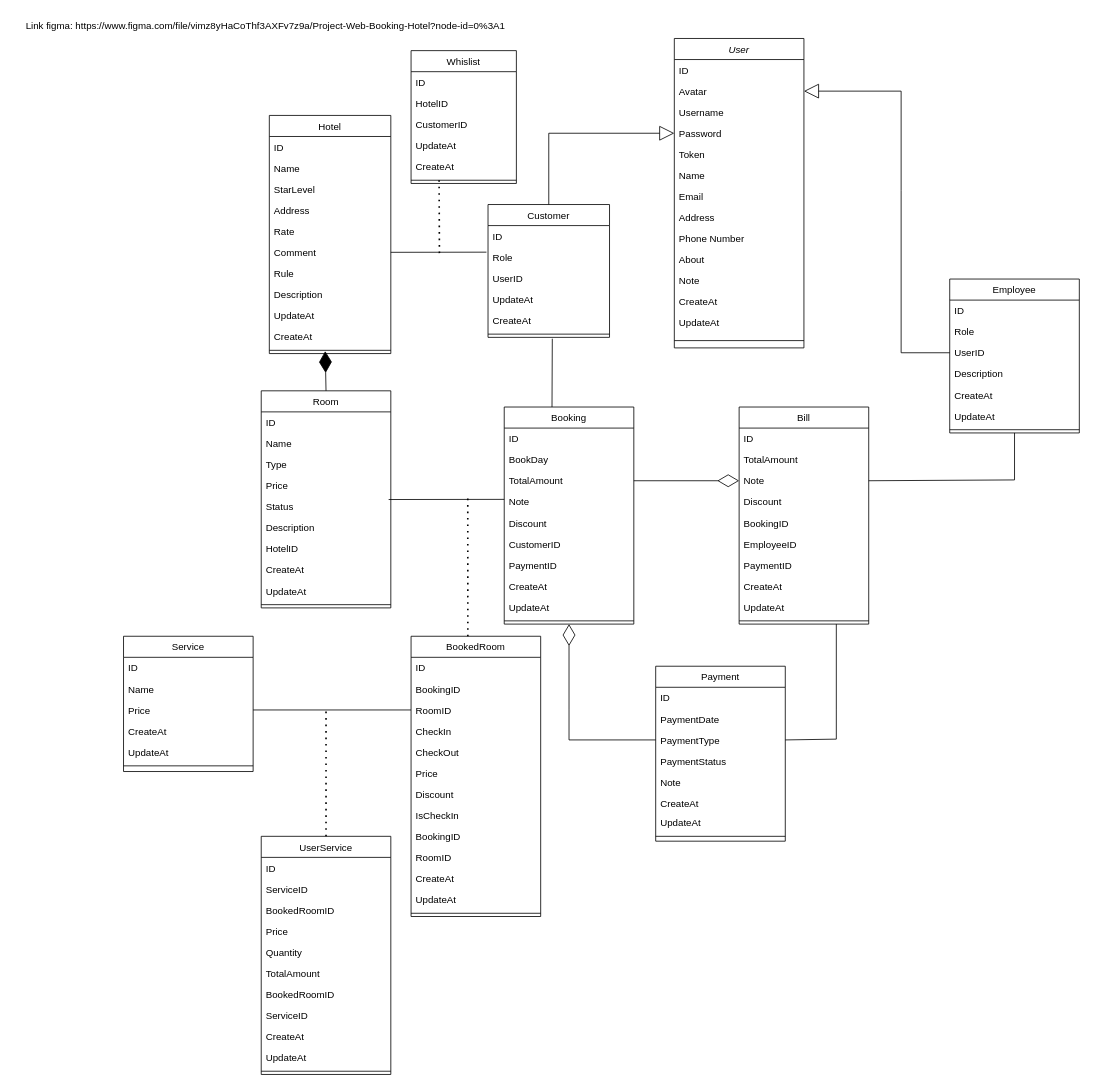
Above: page "Page-1" (1 of 2) of design/class-diagram.drawio in nekizz/final-project (draw.io), before the change. Source tidied: cells renumbered, new cells numbered last; positions are measured from the earlier drawing's top-left corner, leaving out a move shared by most shapes. Both pictures are drawn from the tidied source at 81%, with x=0, y=0 at pixel (14, 14).
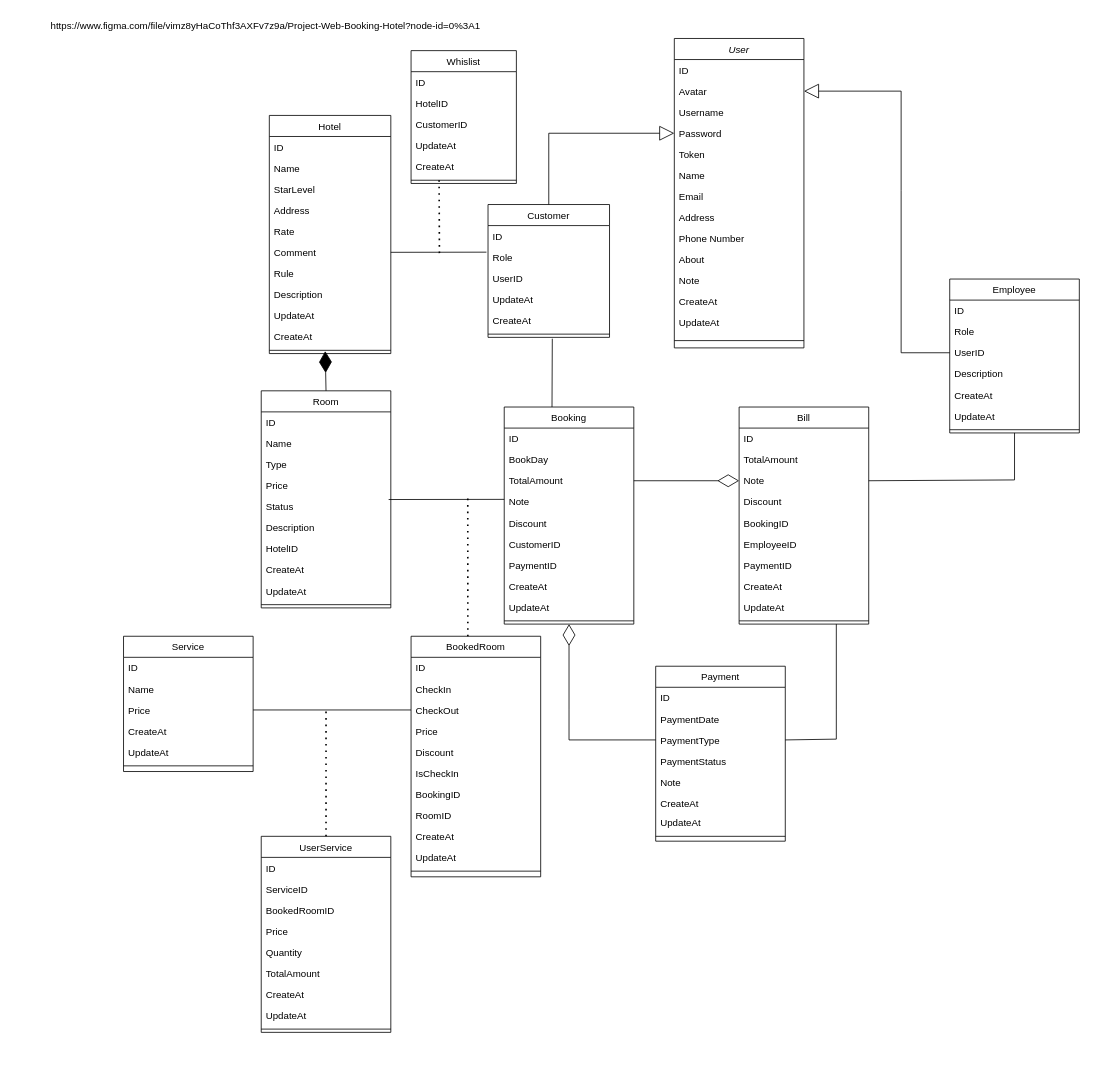
Above is the later version.

The edit, as a diff of the source:
```diff
@@
     <mxCell id="54" value="BookedRoom" style="swimlane;fontStyle=0;align=center;verticalAlign=top;horizontal=1;startSize=26;rounded=0;shadow=0;strokeWidth=1;" parent="1" vertex="1">
-      <mxGeometry x="490" y="768" width="160" height="346" as="geometry" />
+      <mxGeometry x="490" y="768" width="160" height="297" as="geometry" />
     </mxCell>
@@
-    <mxCell id="56" value="BookingID" style="text;align=left;verticalAlign=top;spacingLeft=4;spacingRight=4;overflow=hidden;" parent="54" vertex="1">
-      <mxGeometry y="52" width="160" height="26" as="geometry" />
-    </mxCell>
-    <mxCell id="57" value="RoomID" style="text;align=left;verticalAlign=top;spacingLeft=4;spacingRight=4;overflow=hidden;points=[[0,0.5],[1,0.5]];portConstraint=eastwest;" parent="54" vertex="1">
-      <mxGeometry y="78" width="160" height="26" as="geometry" />
-    </mxCell>
     <mxCell id="58" value="CheckIn" style="text;align=left;verticalAlign=top;spacingLeft=4;spacingRight=4;overflow=hidden;rounded=0;shadow=0;html=0;" parent="54" vertex="1">
-      <mxGeometry y="104" width="160" height="26" as="geometry" />
+      <mxGeometry y="52" width="160" height="26" as="geometry" />
     </mxCell>
     <mxCell id="59" value="CheckOut" style="text;align=left;verticalAlign=top;spacingLeft=4;spacingRight=4;overflow=hidden;rounded=0;shadow=0;html=0;" parent="54" vertex="1">
-      <mxGeometry y="130" width="160" height="26" as="geometry" />
+      <mxGeometry y="78" width="160" height="26" as="geometry" />
     </mxCell>
     <mxCell id="60" value="Price" style="text;align=left;verticalAlign=top;spacingLeft=4;spacingRight=4;overflow=hidden;rounded=0;shadow=0;html=0;" parent="54" vertex="1">
-      <mxGeometry y="156" width="160" height="26" as="geometry" />
+      <mxGeometry y="104" width="160" height="26" as="geometry" />
     </mxCell>
     <mxCell id="61" value="Discount" style="text;align=left;verticalAlign=top;spacingLeft=4;spacingRight=4;overflow=hidden;rounded=0;shadow=0;html=0;" parent="54" vertex="1">
-      <mxGeometry y="182" width="160" height="26" as="geometry" />
+      <mxGeometry y="130" width="160" height="26" as="geometry" />
     </mxCell>
     <mxCell id="62" value="IsCheckIn" style="text;align=left;verticalAlign=top;spacingLeft=4;spacingRight=4;overflow=hidden;rounded=0;shadow=0;html=0;" parent="54" vertex="1">
-      <mxGeometry y="208" width="160" height="26" as="geometry" />
+      <mxGeometry y="156" width="160" height="26" as="geometry" />
     </mxCell>
     <mxCell id="63" value="BookingID" style="text;align=left;verticalAlign=top;spacingLeft=4;spacingRight=4;overflow=hidden;rounded=0;shadow=0;html=0;" parent="54" vertex="1">
-      <mxGeometry y="234" width="160" height="26" as="geometry" />
+      <mxGeometry y="182" width="160" height="26" as="geometry" />
     </mxCell>
     <mxCell id="64" value="RoomID" style="text;align=left;verticalAlign=top;spacingLeft=4;spacingRight=4;overflow=hidden;rounded=0;shadow=0;html=0;" parent="54" vertex="1">
-      <mxGeometry y="260" width="160" height="26" as="geometry" />
+      <mxGeometry y="208" width="160" height="26" as="geometry" />
     </mxCell>
     <mxCell id="65" value="CreateAt" style="text;align=left;verticalAlign=top;spacingLeft=4;spacingRight=4;overflow=hidden;rounded=0;shadow=0;html=0;" parent="54" vertex="1">
-      <mxGeometry y="286" width="160" height="26" as="geometry" />
+      <mxGeometry y="234" width="160" height="26" as="geometry" />
     </mxCell>
     <mxCell id="66" value="UpdateAt" style="text;align=left;verticalAlign=top;spacingLeft=4;spacingRight=4;overflow=hidden;rounded=0;shadow=0;html=0;" parent="54" vertex="1">
-      <mxGeometry y="312" width="160" height="26" as="geometry" />
+      <mxGeometry y="260" width="160" height="26" as="geometry" />
     </mxCell>
     <mxCell id="67" style="line;html=1;strokeWidth=1;align=left;verticalAlign=middle;spacingTop=-1;spacingLeft=3;spacingRight=3;labelPosition=right;" parent="54" vertex="1">
-      <mxGeometry y="338" width="160" height="8" as="geometry" />
+      <mxGeometry y="286" width="160" height="8" as="geometry" />
     </mxCell>
@@
     <mxCell id="77" value="UserService" style="swimlane;fontStyle=0;align=center;verticalAlign=top;horizontal=1;startSize=26;rounded=0;shadow=0;strokeWidth=1;" parent="1" vertex="1">
-      <mxGeometry x="305" y="1015" width="160" height="294" as="geometry" />
+      <mxGeometry x="305" y="1015" width="160" height="242" as="geometry" />
     </mxCell>
@@
-    <mxCell id="84" value="BookedRoomID" style="text;align=left;verticalAlign=top;spacingLeft=4;spacingRight=4;overflow=hidden;rounded=0;shadow=0;html=0;" parent="77" vertex="1">
-      <mxGeometry y="182" width="160" height="26" as="geometry" />
-    </mxCell>
-    <mxCell id="85" value="ServiceID" style="text;align=left;verticalAlign=top;spacingLeft=4;spacingRight=4;overflow=hidden;rounded=0;shadow=0;html=0;" parent="77" vertex="1">
-      <mxGeometry y="208" width="160" height="26" as="geometry" />
-    </mxCell>
     <mxCell id="86" value="CreateAt" style="text;align=left;verticalAlign=top;spacingLeft=4;spacingRight=4;overflow=hidden;rounded=0;shadow=0;html=0;" parent="77" vertex="1">
-      <mxGeometry y="234" width="160" height="26" as="geometry" />
+      <mxGeometry y="182" width="160" height="26" as="geometry" />
     </mxCell>
     <mxCell id="87" value="UpdateAt" style="text;align=left;verticalAlign=top;spacingLeft=4;spacingRight=4;overflow=hidden;rounded=0;shadow=0;html=0;" parent="77" vertex="1">
-      <mxGeometry y="260" width="160" height="26" as="geometry" />
+      <mxGeometry y="208" width="160" height="26" as="geometry" />
     </mxCell>
     <mxCell id="88" style="line;html=1;strokeWidth=1;align=left;verticalAlign=middle;spacingTop=-1;spacingLeft=3;spacingRight=3;labelPosition=right;" parent="77" vertex="1">
-      <mxGeometry y="286" width="160" height="8" as="geometry" />
+      <mxGeometry y="234" width="160" height="8" as="geometry" />
     </mxCell>
@@
-    <mxCell id="122" style="endArrow=none;html=1;rounded=0;exitX=1;exitY=0.5;exitDx=0;exitDy=0;entryX=0;entryY=0.5;entryDx=0;entryDy=0;" parent="1" edge="1" target="57">
+    <mxCell id="122" style="endArrow=none;html=1;rounded=0;exitX=1;exitY=0.5;exitDx=0;exitDy=0;entryX=0;entryY=0.5;entryDx=0;entryDy=0;" parent="1" edge="1">
       <mxGeometry relative="1" as="geometry">
         <mxPoint x="295" y="859" as="sourcePoint" />
+        <mxPoint x="490" y="859" as="targetPoint" />
       </mxGeometry>
     </mxCell>
@@
-    <mxCell id="140" value="Link figma:&amp;nbsp;https://www.figma.com/file/vimz8yHaCoThf3AXFv7z9a/Project-Web-Booking-Hotel?node-id=0%3A1" style="text;html=1;align=center;verticalAlign=middle;strokeColor=none;fillColor=none;" parent="1" vertex="1">
-      <mxGeometry width="620" height="30" as="geometry" />
+    <mxCell id="140" value="https://www.figma.com/file/vimz8yHaCoThf3AXFv7z9a/Project-Web-Booking-Hotel?node-id=0%3A1" style="text;html=1;align=center;verticalAlign=middle;strokeColor=none;fillColor=none;" parent="1" vertex="1">
+      <mxGeometry x="35" width="550" height="30" as="geometry" />
     </mxCell>
```
